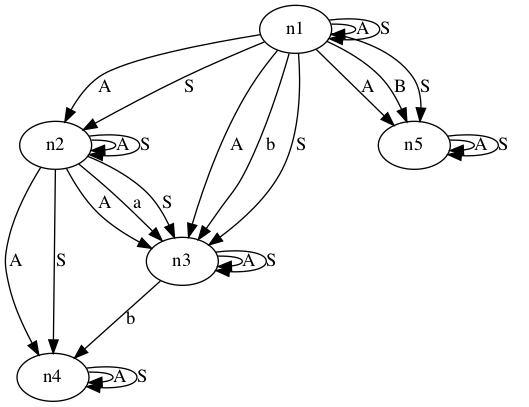
Earlier version of the Graphviz export test.gv.png (TalbenXu/CFG_Solver). Its source is kept beside it as test.gv. The source it was exported from:
```dot
digraph CFG{
	n1;
	n2;
	n3;
	n4;
	n5;
	n1->n2[label="A"]
	n1->n1[label="A"]
	n2->n2[label="A"]
	n3->n3[label="A"]
	n4->n4[label="A"]
	n5->n5[label="A"]
	n2->n3[label="A"]
	n1->n5[label="A"]
	n2->n4[label="A"]
	n1->n3[label="A"]
	n2->n3[label="a"]
	n1->n3[label="b"]
	n3->n4[label="b"]
	n1->n5[label="B"]
	n1->n2[label="S"]
	n1->n1[label="S"]
	n2->n2[label="S"]
	n3->n3[label="S"]
	n4->n4[label="S"]
	n5->n5[label="S"]
	n2->n3[label="S"]
	n1->n5[label="S"]
	n2->n4[label="S"]
	n1->n3[label="S"]
}
```
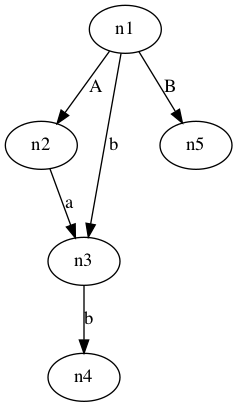
The same diagram one commit later.

Change to the diagram source:
```diff
@@ -5,27 +5,8 @@
 	n4;
 	n5;
 	n1->n2[label="A"]
-	n1->n1[label="A"]
-	n2->n2[label="A"]
-	n3->n3[label="A"]
-	n4->n4[label="A"]
-	n5->n5[label="A"]
-	n2->n3[label="A"]
-	n1->n5[label="A"]
-	n2->n4[label="A"]
-	n1->n3[label="A"]
 	n2->n3[label="a"]
 	n1->n3[label="b"]
 	n3->n4[label="b"]
 	n1->n5[label="B"]
-	n1->n2[label="S"]
-	n1->n1[label="S"]
-	n2->n2[label="S"]
-	n3->n3[label="S"]
-	n4->n4[label="S"]
-	n5->n5[label="S"]
-	n2->n3[label="S"]
-	n1->n5[label="S"]
-	n2->n4[label="S"]
-	n1->n3[label="S"]
 }
```
